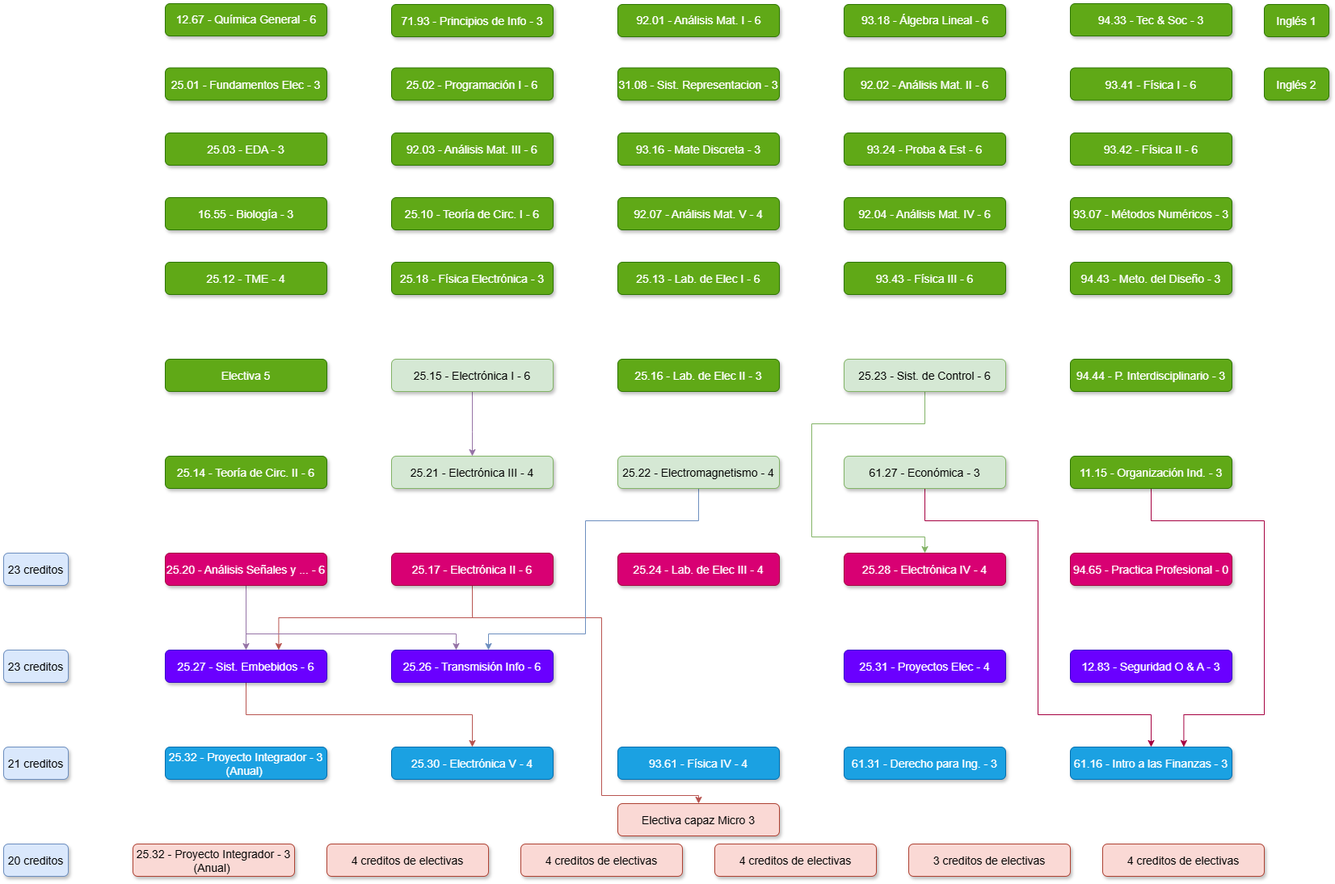
Above: K22.drawio.png in juanipla/K22 (draw.io), before the change. Source tidied: cells renumbered, new cells last; positions are measured from the earlier drawing's top-left corner, leaving out a move shared by most shapes.
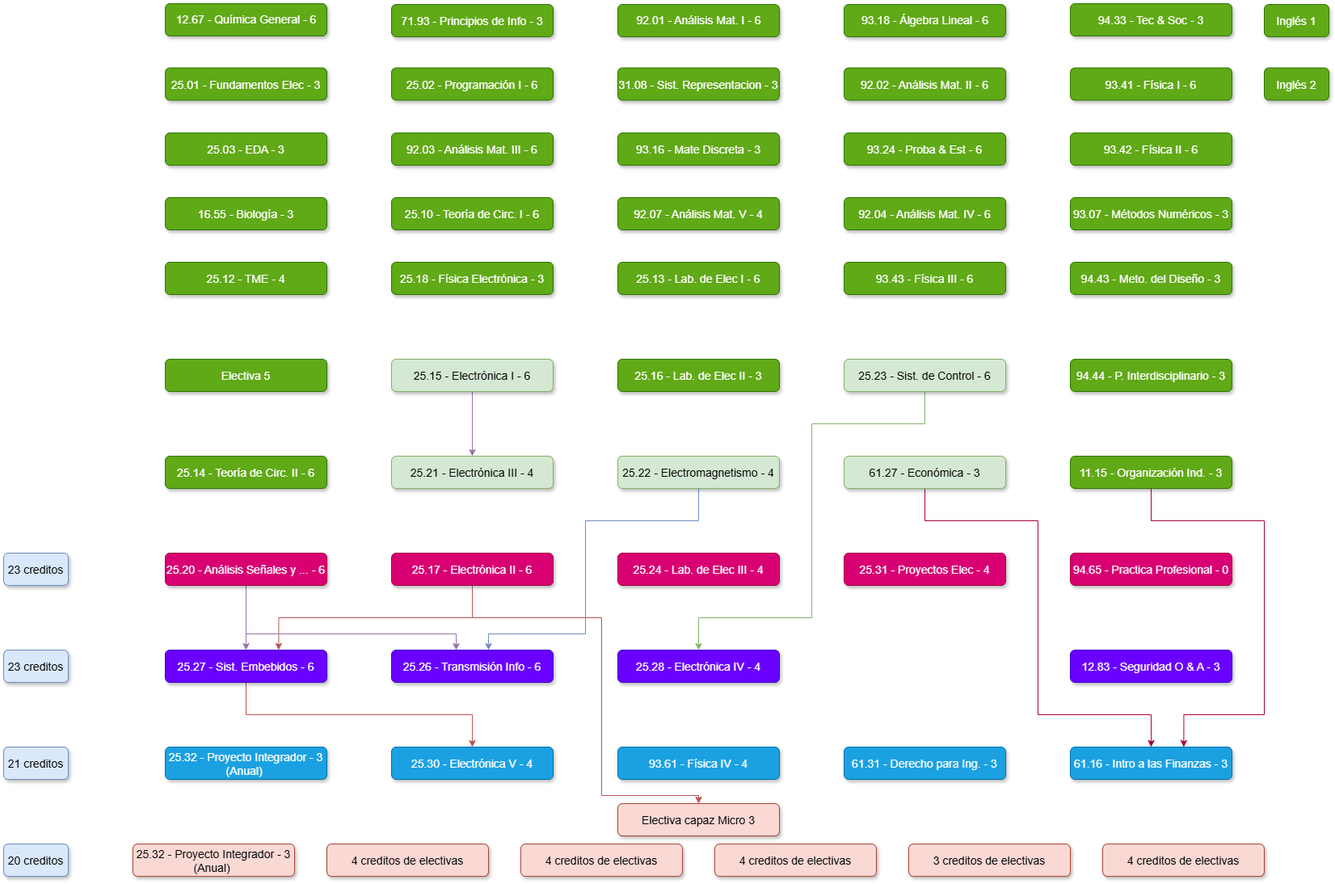
The same diagram one commit later.

Change to the diagram source:
```diff
@@ -124,8 +124,8 @@
         <Array as="points">
           <mxPoint x="1140" y="520" />
           <mxPoint x="1000" y="520" />
-          <mxPoint x="1000" y="660" />
-          <mxPoint x="1140" y="660" />
+          <mxPoint x="1000" y="760" />
+          <mxPoint x="860" y="760" />
         </Array>
       </mxGeometry>
     </mxCell>
@@ -149,8 +149,8 @@
     <mxCell id="36" value="25.26 - Transmisión Info - 6" style="rounded=1;fillColor=#6a00ff;strokeColor=#3700CC;shadow=1;fontStyle=0;fontSize=14;labelBorderColor=none;labelBackgroundColor=none;fontColor=#ffffff;" parent="1" vertex="1">
       <mxGeometry x="480" y="800" width="200" height="40" as="geometry" />
     </mxCell>
-    <mxCell id="37" value="25.28 - Electrónica IV - 4" style="rounded=1;fillColor=#d80073;strokeColor=#A50040;shadow=1;fontStyle=0;fontSize=14;labelBorderColor=none;labelBackgroundColor=none;verticalAlign=middle;fontColor=#ffffff;" parent="1" vertex="1">
-      <mxGeometry x="1040" y="680" width="200" height="40" as="geometry" />
+    <mxCell id="37" value="25.28 - Electrónica IV - 4" style="rounded=1;fillColor=#6a00ff;strokeColor=#3700CC;shadow=1;fontStyle=0;fontSize=14;labelBorderColor=none;labelBackgroundColor=none;verticalAlign=middle;fontColor=#ffffff;" parent="1" vertex="1">
+      <mxGeometry x="760" y="800" width="200" height="40" as="geometry" />
     </mxCell>
     <mxCell id="38" style="edgeStyle=orthogonalEdgeStyle;rounded=0;jumpStyle=none;jettySize=auto;html=1;fillColor=#d80073;strokeColor=#A50040;exitX=0.5;exitY=1;exitDx=0;exitDy=0;" parent="1" edge="1" source="39" target="46">
       <mxGeometry relative="1" as="geometry">
@@ -184,8 +184,8 @@
     <mxCell id="43" value="25.30 - Electrónica V - 4" style="rounded=1;fillColor=#1ba1e2;strokeColor=#006EAF;shadow=1;fontStyle=0;fontSize=14;labelBorderColor=none;labelBackgroundColor=none;fontColor=#ffffff;" parent="1" vertex="1">
       <mxGeometry x="480" y="920" width="200" height="40" as="geometry" />
     </mxCell>
-    <mxCell id="44" value="25.31 - Proyectos Elec - 4" style="rounded=1;fillColor=#6a00ff;strokeColor=#3700CC;shadow=1;fontStyle=0;fontSize=14;fontColor=#ffffff;labelBorderColor=none;labelBackgroundColor=none;verticalAlign=middle;" parent="1" vertex="1">
-      <mxGeometry x="1040" y="800" width="200" height="40" as="geometry" />
+    <mxCell id="44" value="25.31 - Proyectos Elec - 4" style="rounded=1;fillColor=#d80073;strokeColor=#A50040;shadow=1;fontStyle=0;fontSize=14;fontColor=#ffffff;labelBorderColor=none;labelBackgroundColor=none;verticalAlign=middle;" parent="1" vertex="1">
+      <mxGeometry x="1040" y="680" width="200" height="40" as="geometry" />
     </mxCell>
     <mxCell id="45" value="12.83 - Seguridad O &amp; A - 3" style="rounded=1;fillColor=#6a00ff;strokeColor=#3700CC;shadow=1;fontStyle=0;fontSize=14;fontColor=#ffffff;labelBorderColor=none;labelBackgroundColor=none;verticalAlign=middle;" parent="1" vertex="1">
       <mxGeometry x="1320" y="800" width="200" height="40" as="geometry" />
```
